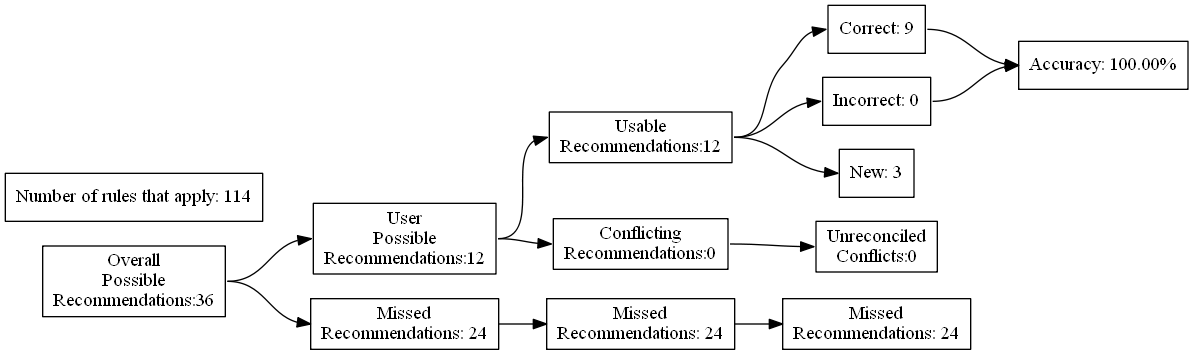
The Graphviz diagram test_renders/70.gv.png in ZaxR/ibd_diet_analysis, before a commit. Its source is kept beside it as test_renders/70.gv.
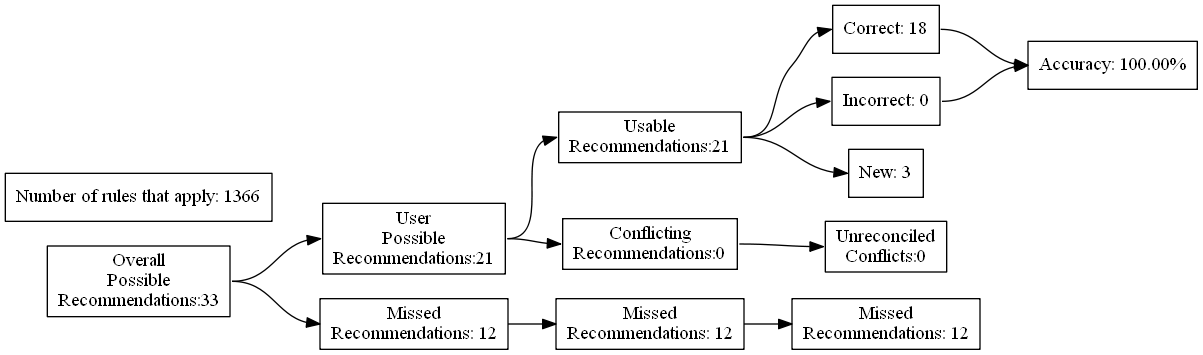
After the commit.

Change to the diagram source:
```diff
@@ -4,27 +4,27 @@
 	edge [headport=w tailport=e]
 		A [label="Overall
 Possible
-Recommendations:36"]
+Recommendations:33"]
 		B [label="User
 Possible
-Recommendations:12"]
+Recommendations:21"]
 		C [label="Missed
-Recommendations: 24"]
+Recommendations: 12"]
 		D [label="Usable
-Recommendations:12"]
+Recommendations:21"]
 		E [label="Conflicting
 Recommendations:0"]
 		J [label="Missed
-Recommendations: 24"]
+Recommendations: 12"]
 		M [label="Unreconciled
 Conflicts:0"]
-		F [label="Correct: 9"]
+		F [label="Correct: 18"]
 		G [label="Incorrect: 0"]
 		H [label="New: 3"]
 		K [label="Missed
-Recommendations: 24"]
+Recommendations: 12"]
 		I [label="Accuracy: 100.00%"]
-		l [label="Number of rules that apply: 114"]
+		l [label="Number of rules that apply: 1366"]
 			A -> B
 			A -> C
 			B -> D
```
